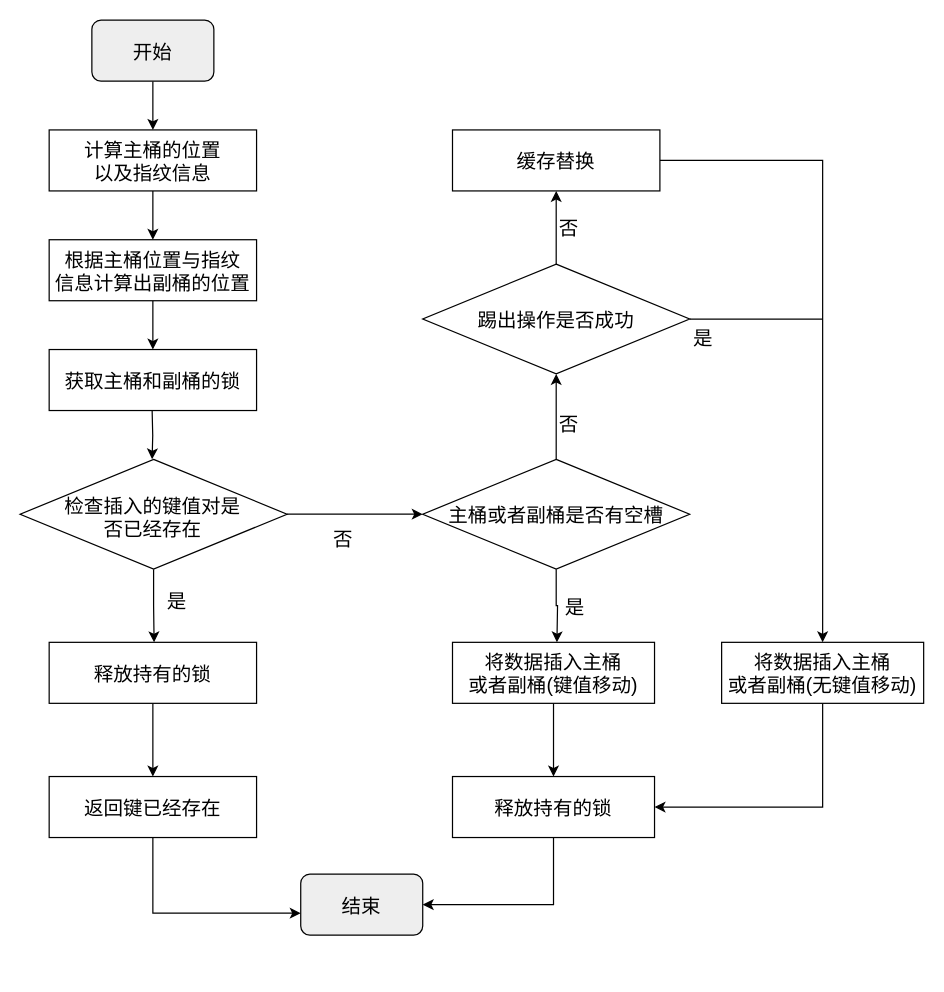
Earlier version of the draw.io diagram page "插入操作流程图" (13 of 25) of 毕业论文.drawio (HustDsy/Picture). Source tidied: cells renumbered, new cells numbered last; positions are measured from the earlier drawing's top-left corner, leaving out a move shared by most shapes. Both pictures are drawn from the tidied source at 122%, with x=0, y=0 at pixel (20, 20).
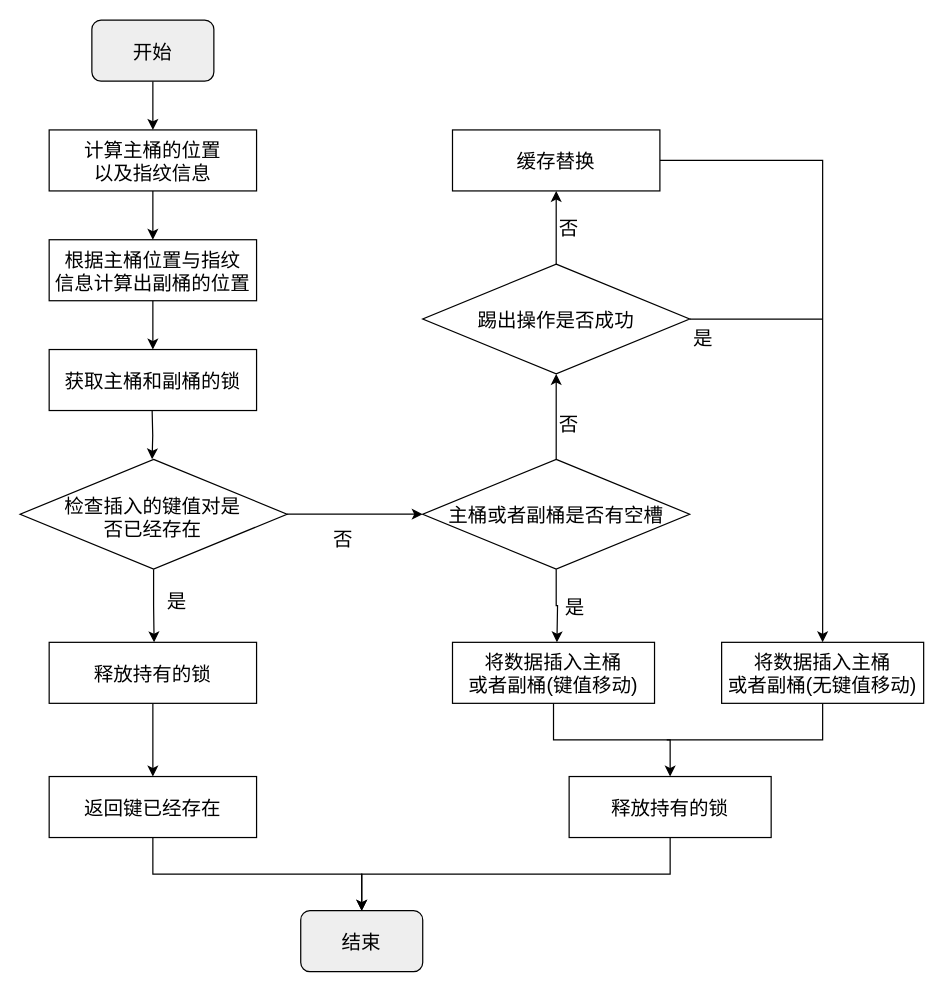
The same page after the edit.

Unchanged cells that the change refers to:
```xml
<mxCell id="23" value="将数据插入主桶&#10;或者副桶(键值移动)" style="rounded=0;comic=0;fontFamily=宋体;fontSize=16;fontColor=default;strokeColor=#000000;strokeWidth=1;fillColor=#FFFFFF;" parent="1" vertex="1">
  <mxGeometry x="354.4" y="510" width="165.6" height="50" as="geometry" />
</mxCell>
<mxCell id="36" value="将数据插入主桶&#10;或者副桶(无键值移动)" style="rounded=0;comic=0;fontFamily=宋体;fontSize=16;fontColor=default;strokeColor=#000000;strokeWidth=1;fillColor=#FFFFFF;" parent="1" vertex="1">
  <mxGeometry x="575" y="510" width="165.6" height="50" as="geometry" />
</mxCell>
<mxCell id="38" value="返回键已经存在" style="rounded=0;comic=0;fontFamily=宋体;fontSize=16;fontColor=default;strokeColor=#000000;strokeWidth=1;fillColor=#FFFFFF;" parent="1" vertex="1">
  <mxGeometry x="23.8" y="620" width="170" height="50" as="geometry" />
</mxCell>
```

Change to the diagram source:
```diff
@@
-    <mxCell id="22" style="edgeStyle=orthogonalEdgeStyle;rounded=0;jettySize=auto;exitX=0.5;exitY=1;exitDx=0;exitDy=0;entryX=0.5;entryY=0;entryDx=0;entryDy=0;fontFamily=宋体;fontSize=16;fontColor=default;endArrow=classic;endFill=1;strokeWidth=1;" parent="1" edge="1" source="23" target="34">
+    <mxCell id="22" style="edgeStyle=orthogonalEdgeStyle;rounded=0;jettySize=auto;html=0;exitX=0.5;exitY=1;exitDx=0;exitDy=0;entryX=0.5;entryY=0;entryDx=0;entryDy=0;fontFamily=宋体;fontSize=16;fontColor=#E6E6E6;endArrow=classic;endFill=1;elbow=vertical;" parent="1" edge="1" source="23" target="34">
       <mxGeometry relative="1" as="geometry" />
     </mxCell>
@@
     <mxCell id="31" value="结束" style="rounded=1;comic=0;fontFamily=宋体;fontSize=16;strokeWidth=1;fillColor=#eeeeee;strokeColor=#000000;" parent="1" vertex="1">
-      <mxGeometry x="230" y="700" width="100" height="50" as="geometry" />
+      <mxGeometry x="230" y="730" width="100" height="50" as="geometry" />
     </mxCell>
@@
-    <mxCell id="33" style="edgeStyle=orthogonalEdgeStyle;rounded=0;jettySize=auto;html=0;exitX=0.5;exitY=1;exitDx=0;exitDy=0;entryX=1;entryY=0.5;entryDx=0;entryDy=0;fontFamily=宋体;fontSize=13;" parent="1" edge="1" source="34" target="31">
-      <mxGeometry relative="1" as="geometry" />
+    <mxCell id="33" style="edgeStyle=orthogonalEdgeStyle;rounded=0;jettySize=auto;html=0;exitX=0.5;exitY=1;exitDx=0;exitDy=0;entryX=0.5;entryY=0;entryDx=0;entryDy=0;fontFamily=宋体;fontSize=13;" parent="1" edge="1" source="34" target="31">
+      <mxGeometry relative="1" as="geometry">
+        <Array as="points">
+          <mxPoint x="533" y="700" />
+          <mxPoint x="280" y="700" />
+        </Array>
+      </mxGeometry>
     </mxCell>
     <mxCell id="34" value="释放持有的锁" style="rounded=0;comic=0;fontFamily=宋体;fontSize=16;fontColor=default;strokeColor=#000000;strokeWidth=1;fillColor=#FFFFFF;" parent="1" vertex="1">
-      <mxGeometry x="354.4" y="620" width="165.6" height="50" as="geometry" />
+      <mxGeometry x="450" y="620" width="165.6" height="50" as="geometry" />
     </mxCell>
-    <mxCell id="35" style="edgeStyle=orthogonalEdgeStyle;rounded=0;jettySize=auto;exitX=0.5;exitY=1;exitDx=0;exitDy=0;entryX=1;entryY=0.5;entryDx=0;entryDy=0;fontFamily=宋体;fontSize=16;fontColor=default;endArrow=classic;endFill=1;strokeWidth=1;" parent="1" edge="1" source="36" target="34">
-      <mxGeometry relative="1" as="geometry" />
-    </mxCell>
+    <mxCell id="39" style="edgeStyle=orthogonalEdgeStyle;rounded=0;jettySize=auto;html=0;exitX=0.5;exitY=1;exitDx=0;exitDy=0;fontFamily=宋体;fontSize=16;fontColor=#E6E6E6;endArrow=none;endFill=0;elbow=vertical;" parent="1" edge="1" source="36">
+      <mxGeometry relative="1" as="geometry">
+        <mxPoint x="530" y="590" as="targetPoint" />
+        <Array as="points">
+          <mxPoint x="658" y="590" />
+        </Array>
+      </mxGeometry>
+    </mxCell>
@@
-    <mxCell id="37" style="edgeStyle=orthogonalEdgeStyle;rounded=0;jettySize=auto;html=0;exitX=0.5;exitY=1;exitDx=0;exitDy=0;entryX=0;entryY=0.64;entryDx=0;entryDy=0;entryPerimeter=0;fontFamily=宋体;fontSize=13;" parent="1" edge="1" source="38" target="31">
-      <mxGeometry relative="1" as="geometry" />
+    <mxCell id="37" style="edgeStyle=orthogonalEdgeStyle;rounded=0;jettySize=auto;html=0;exitX=0.5;exitY=1;exitDx=0;exitDy=0;entryX=0.5;entryY=0;entryDx=0;entryDy=0;fontFamily=宋体;fontSize=13;" parent="1" edge="1" source="38" target="31">
+      <mxGeometry relative="1" as="geometry">
+        <Array as="points">
+          <mxPoint x="109" y="700" />
+          <mxPoint x="280" y="700" />
+        </Array>
+      </mxGeometry>
     </mxCell>
```
